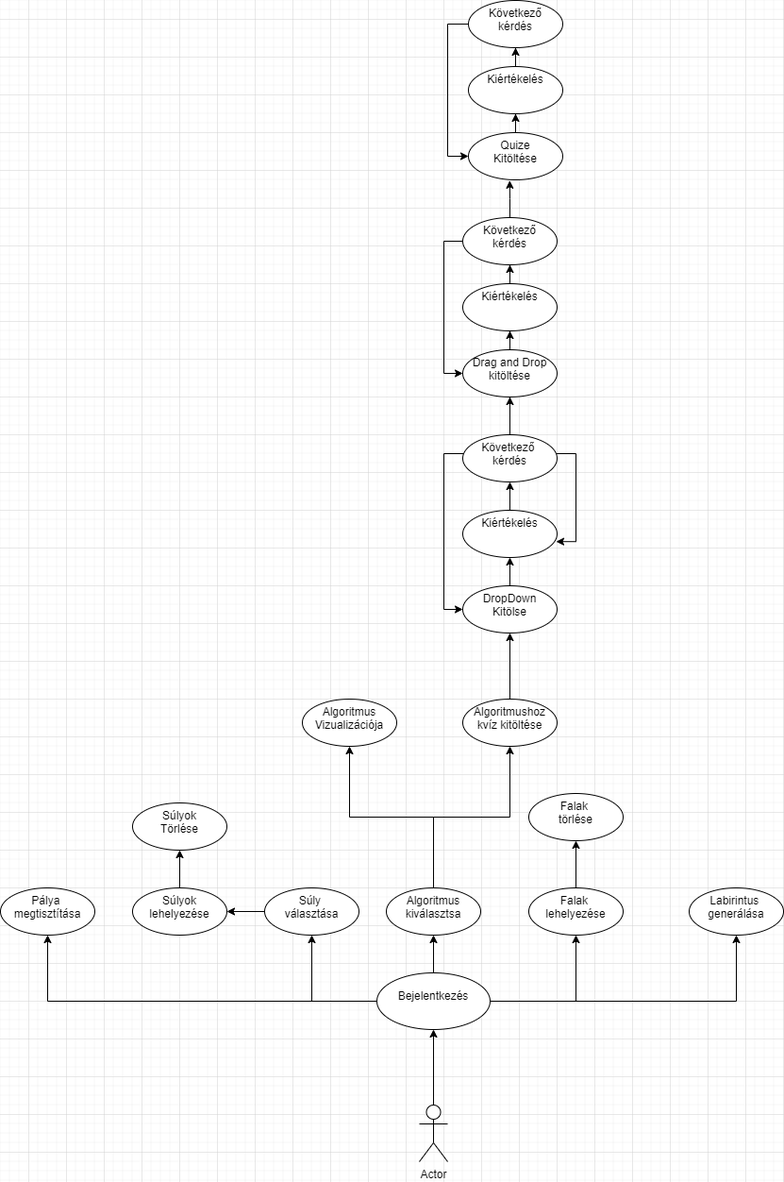
borsym/Pathfinding-visualization keeps this draw.io diagram as umls/felhasznaloi-eset.drawio.png. Above is the earlier version. Source tidied: cells renumbered, new cells last; positions are measured from the earlier drawing's top-left corner, leaving out a move shared by most shapes. Source of this version:
```xml
<mxGraphModel>
  <root>
    <mxCell id="0" />
    <mxCell id="1" parent="0" />
    <mxCell id="2" style="edgeStyle=orthogonalEdgeStyle;rounded=0;jettySize=auto;html=1;" parent="1" edge="1" source="3" target="9">
      <mxGeometry relative="1" as="geometry" />
    </mxCell>
    <mxCell id="3" value="Actor" style="shape=umlActor;verticalLabelPosition=bottom;verticalAlign=top;html=1;outlineConnect=0;" parent="1" vertex="1">
      <mxGeometry x="444" y="1170" width="30" height="60" as="geometry" />
    </mxCell>
    <mxCell id="4" style="edgeStyle=orthogonalEdgeStyle;rounded=0;jettySize=auto;html=1;" parent="1" edge="1" source="9" target="12">
      <mxGeometry relative="1" as="geometry" />
    </mxCell>
    <mxCell id="5" style="edgeStyle=orthogonalEdgeStyle;rounded=0;jettySize=auto;html=1;" parent="1" edge="1" source="9" target="13">
      <mxGeometry relative="1" as="geometry" />
    </mxCell>
    <mxCell id="6" style="edgeStyle=orthogonalEdgeStyle;rounded=0;jettySize=auto;html=1;" parent="1" edge="1" source="9" target="14">
      <mxGeometry relative="1" as="geometry" />
    </mxCell>
    <mxCell id="7" style="edgeStyle=orthogonalEdgeStyle;rounded=0;jettySize=auto;html=1;" parent="1" edge="1" source="9" target="16">
      <mxGeometry relative="1" as="geometry" />
    </mxCell>
    <mxCell id="8" style="edgeStyle=orthogonalEdgeStyle;rounded=0;jettySize=auto;html=1;" parent="1" edge="1" source="9" target="18">
      <mxGeometry relative="1" as="geometry" />
    </mxCell>
    <mxCell id="9" value="&lt;p style=&quot;line-height: 1&quot;&gt;Bejelentkezés&lt;/p&gt;" style="ellipse;whiteSpace=wrap;html=1;verticalAlign=top;" parent="1" vertex="1">
      <mxGeometry x="399" y="1030" width="120" height="60" as="geometry" />
    </mxCell>
    <mxCell id="10" style="edgeStyle=orthogonalEdgeStyle;rounded=0;jettySize=auto;html=1;" parent="1" edge="1" source="12" target="23">
      <mxGeometry relative="1" as="geometry" />
    </mxCell>
    <mxCell id="11" style="edgeStyle=orthogonalEdgeStyle;rounded=0;jettySize=auto;html=1;" parent="1" edge="1" source="12" target="25">
      <mxGeometry relative="1" as="geometry" />
    </mxCell>
    <mxCell id="12" value="Algoritmus kiválasztsa" style="ellipse;whiteSpace=wrap;html=1;verticalAlign=top;" parent="1" vertex="1">
      <mxGeometry x="409" y="940" width="100" height="50" as="geometry" />
    </mxCell>
    <mxCell id="13" value="Labirintus &lt;br&gt;generálása" style="ellipse;whiteSpace=wrap;html=1;verticalAlign=top;" parent="1" vertex="1">
      <mxGeometry x="730" y="940" width="100" height="50" as="geometry" />
    </mxCell>
    <mxCell id="14" value="Pálya &lt;br&gt;megtisztítása" style="ellipse;whiteSpace=wrap;html=1;verticalAlign=top;" parent="1" vertex="1">
      <mxGeometry y="940" width="100" height="50" as="geometry" />
    </mxCell>
    <mxCell id="15" style="edgeStyle=orthogonalEdgeStyle;rounded=0;jettySize=auto;html=1;" parent="1" edge="1" source="16" target="21">
      <mxGeometry relative="1" as="geometry" />
    </mxCell>
    <mxCell id="16" value="Falak &lt;br&gt;lehelyezése" style="ellipse;whiteSpace=wrap;html=1;verticalAlign=top;" parent="1" vertex="1">
      <mxGeometry x="560" y="940" width="100" height="50" as="geometry" />
    </mxCell>
    <mxCell id="17" style="edgeStyle=orthogonalEdgeStyle;rounded=0;jettySize=auto;html=1;" parent="1" edge="1" source="18" target="20">
      <mxGeometry relative="1" as="geometry" />
    </mxCell>
    <mxCell id="18" value="Súly &lt;br&gt;választása" style="ellipse;whiteSpace=wrap;html=1;verticalAlign=top;" parent="1" vertex="1">
      <mxGeometry x="280" y="940" width="100" height="50" as="geometry" />
    </mxCell>
    <mxCell id="19" style="edgeStyle=orthogonalEdgeStyle;rounded=0;jettySize=auto;html=1;" parent="1" edge="1" source="20" target="22">
      <mxGeometry relative="1" as="geometry" />
    </mxCell>
    <mxCell id="20" value="Súlyok&lt;br&gt;lehelyezése" style="ellipse;whiteSpace=wrap;html=1;verticalAlign=top;" parent="1" vertex="1">
      <mxGeometry x="140" y="940" width="100" height="50" as="geometry" />
    </mxCell>
    <mxCell id="21" value="Falak &lt;br&gt;törlése" style="ellipse;whiteSpace=wrap;html=1;verticalAlign=top;" parent="1" vertex="1">
      <mxGeometry x="560" y="840" width="100" height="50" as="geometry" />
    </mxCell>
    <mxCell id="22" value="Súlyok&lt;br&gt;Törlése" style="ellipse;whiteSpace=wrap;html=1;verticalAlign=top;" parent="1" vertex="1">
      <mxGeometry x="140" y="850" width="100" height="50" as="geometry" />
    </mxCell>
    <mxCell id="23" value="Algoritmus&lt;br&gt;Vizualizációja" style="ellipse;whiteSpace=wrap;html=1;verticalAlign=top;" parent="1" vertex="1">
      <mxGeometry x="320" y="740" width="100" height="50" as="geometry" />
    </mxCell>
    <mxCell id="24" style="edgeStyle=orthogonalEdgeStyle;rounded=0;jettySize=auto;html=1;" parent="1" edge="1" source="25" target="30">
      <mxGeometry relative="1" as="geometry" />
    </mxCell>
    <mxCell id="25" value="Algoritmushoz&lt;br&gt;kvíz kitöltése" style="ellipse;whiteSpace=wrap;html=1;verticalAlign=top;" parent="1" vertex="1">
      <mxGeometry x="490" y="740" width="100" height="50" as="geometry" />
    </mxCell>
    <mxCell id="26" style="edgeStyle=orthogonalEdgeStyle;rounded=0;jettySize=auto;html=1;entryX=0.99;entryY=0.664;entryDx=0;entryDy=0;entryPerimeter=0;" parent="1" edge="1" source="28" target="32">
      <mxGeometry relative="1" as="geometry" />
    </mxCell>
    <mxCell id="27" style="edgeStyle=orthogonalEdgeStyle;rounded=0;jettySize=auto;html=1;" parent="1" edge="1" source="28" target="37">
      <mxGeometry relative="1" as="geometry" />
    </mxCell>
    <mxCell id="28" value="Drag and Drop&lt;br&gt;kitöltése" style="ellipse;whiteSpace=wrap;html=1;verticalAlign=top;" parent="1" vertex="1">
      <mxGeometry x="490" y="370" width="100" height="50" as="geometry" />
    </mxCell>
    <mxCell id="29" style="edgeStyle=orthogonalEdgeStyle;rounded=0;jettySize=auto;html=1;" parent="1" edge="1" source="30" target="32">
      <mxGeometry relative="1" as="geometry" />
    </mxCell>
    <mxCell id="30" value="DropDown&lt;br&gt;Kitölse" style="ellipse;whiteSpace=wrap;html=1;verticalAlign=top;" parent="1" vertex="1">
      <mxGeometry x="490" y="620" width="100" height="50" as="geometry" />
    </mxCell>
    <mxCell id="31" style="edgeStyle=orthogonalEdgeStyle;rounded=0;jettySize=auto;html=1;" parent="1" edge="1" source="32" target="35">
      <mxGeometry relative="1" as="geometry" />
    </mxCell>
    <mxCell id="32" value="Kiértékelés" style="ellipse;whiteSpace=wrap;html=1;verticalAlign=top;" parent="1" vertex="1">
      <mxGeometry x="490" y="540" width="100" height="50" as="geometry" />
    </mxCell>
    <mxCell id="33" style="edgeStyle=orthogonalEdgeStyle;rounded=0;jettySize=auto;html=1;entryX=0;entryY=0.5;entryDx=0;entryDy=0;" parent="1" edge="1" source="35" target="30">
      <mxGeometry relative="1" as="geometry">
        <Array as="points">
          <mxPoint x="470" y="480" />
          <mxPoint x="470" y="645" />
        </Array>
      </mxGeometry>
    </mxCell>
    <mxCell id="34" style="edgeStyle=orthogonalEdgeStyle;rounded=0;jettySize=auto;html=1;" parent="1" edge="1" source="35" target="28">
      <mxGeometry relative="1" as="geometry" />
    </mxCell>
    <mxCell id="35" value="Következő &lt;br&gt;kérdés" style="ellipse;whiteSpace=wrap;html=1;verticalAlign=top;" parent="1" vertex="1">
      <mxGeometry x="490" y="460" width="100" height="50" as="geometry" />
    </mxCell>
    <mxCell id="36" style="edgeStyle=orthogonalEdgeStyle;rounded=0;jettySize=auto;html=1;" parent="1" edge="1" source="37" target="40">
      <mxGeometry relative="1" as="geometry" />
    </mxCell>
    <mxCell id="37" value="Kiértékelés" style="ellipse;whiteSpace=wrap;html=1;verticalAlign=top;" parent="1" vertex="1">
      <mxGeometry x="490" y="300" width="100" height="50" as="geometry" />
    </mxCell>
    <mxCell id="38" style="edgeStyle=orthogonalEdgeStyle;rounded=0;jettySize=auto;html=1;entryX=0;entryY=0.5;entryDx=0;entryDy=0;" parent="1" edge="1" source="40" target="28">
      <mxGeometry relative="1" as="geometry">
        <Array as="points">
          <mxPoint x="470" y="255" />
          <mxPoint x="470" y="395" />
        </Array>
      </mxGeometry>
    </mxCell>
    <mxCell id="39" style="edgeStyle=orthogonalEdgeStyle;rounded=0;jettySize=auto;html=1;entryX=0.438;entryY=1.016;entryDx=0;entryDy=0;entryPerimeter=0;" parent="1" edge="1" source="40" target="42">
      <mxGeometry relative="1" as="geometry" />
    </mxCell>
    <mxCell id="40" value="Következő&lt;br&gt;kérdés" style="ellipse;whiteSpace=wrap;html=1;verticalAlign=top;" parent="1" vertex="1">
      <mxGeometry x="490" y="230" width="100" height="50" as="geometry" />
    </mxCell>
    <mxCell id="41" style="edgeStyle=orthogonalEdgeStyle;rounded=0;jettySize=auto;html=1;" parent="1" edge="1" source="42" target="44">
      <mxGeometry relative="1" as="geometry" />
    </mxCell>
    <mxCell id="42" value="Quize&lt;br&gt;Kitöltése" style="ellipse;whiteSpace=wrap;html=1;verticalAlign=top;" parent="1" vertex="1">
      <mxGeometry x="496" y="140" width="100" height="50" as="geometry" />
    </mxCell>
    <mxCell id="43" style="edgeStyle=orthogonalEdgeStyle;rounded=0;jettySize=auto;html=1;" parent="1" edge="1" source="44" target="46">
      <mxGeometry relative="1" as="geometry" />
    </mxCell>
    <mxCell id="44" value="Kiértékelés" style="ellipse;whiteSpace=wrap;html=1;verticalAlign=top;" parent="1" vertex="1">
      <mxGeometry x="496" y="70" width="100" height="50" as="geometry" />
    </mxCell>
    <mxCell id="45" style="edgeStyle=orthogonalEdgeStyle;rounded=0;jettySize=auto;html=1;entryX=0;entryY=0.5;entryDx=0;entryDy=0;" parent="1" edge="1" source="46" target="42">
      <mxGeometry relative="1" as="geometry">
        <Array as="points">
          <mxPoint x="474" y="25" />
          <mxPoint x="474" y="165" />
        </Array>
      </mxGeometry>
    </mxCell>
    <mxCell id="46" value="Következő&lt;br&gt;kérdés" style="ellipse;whiteSpace=wrap;html=1;verticalAlign=top;" parent="1" vertex="1">
      <mxGeometry x="496" width="100" height="50" as="geometry" />
    </mxCell>
  </root>
</mxGraphModel>
```
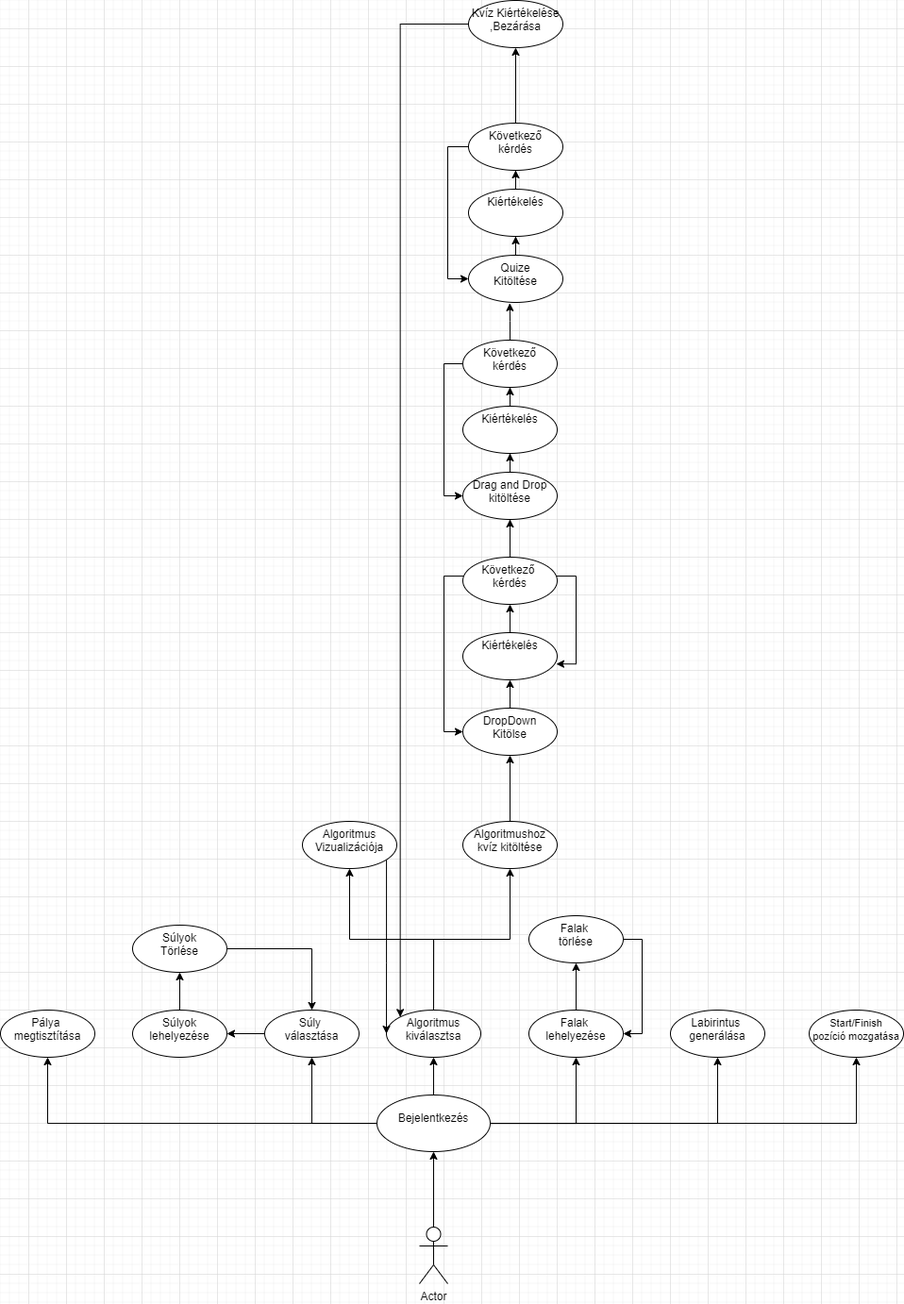
After the change.

What changed in the source:
```diff
@@ -23,6 +23,9 @@
     <mxCell id="8" style="edgeStyle=orthogonalEdgeStyle;rounded=0;jettySize=auto;html=1;" parent="1" edge="1" source="9" target="18">
       <mxGeometry relative="1" as="geometry" />
     </mxCell>
+    <mxCell id="47" style="edgeStyle=orthogonalEdgeStyle;rounded=0;jettySize=auto;html=1;" parent="1" edge="1" source="9" target="52">
+      <mxGeometry relative="1" as="geometry" />
+    </mxCell>
     <mxCell id="9" value="&lt;p style=&quot;line-height: 1&quot;&gt;Bejelentkezés&lt;/p&gt;" style="ellipse;whiteSpace=wrap;html=1;verticalAlign=top;" parent="1" vertex="1">
       <mxGeometry x="399" y="1030" width="120" height="60" as="geometry" />
     </mxCell>
@@ -36,7 +39,7 @@
       <mxGeometry x="409" y="940" width="100" height="50" as="geometry" />
     </mxCell>
     <mxCell id="13" value="Labirintus &lt;br&gt;generálása" style="ellipse;whiteSpace=wrap;html=1;verticalAlign=top;" parent="1" vertex="1">
-      <mxGeometry x="730" y="940" width="100" height="50" as="geometry" />
+      <mxGeometry x="710" y="940" width="100" height="50" as="geometry" />
     </mxCell>
     <mxCell id="14" value="Pálya &lt;br&gt;megtisztítása" style="ellipse;whiteSpace=wrap;html=1;verticalAlign=top;" parent="1" vertex="1">
       <mxGeometry y="940" width="100" height="50" as="geometry" />
@@ -59,12 +62,31 @@
     <mxCell id="20" value="Súlyok&lt;br&gt;lehelyezése" style="ellipse;whiteSpace=wrap;html=1;verticalAlign=top;" parent="1" vertex="1">
       <mxGeometry x="140" y="940" width="100" height="50" as="geometry" />
     </mxCell>
+    <mxCell id="48" style="edgeStyle=orthogonalEdgeStyle;rounded=0;jettySize=auto;html=1;entryX=1;entryY=0.5;entryDx=0;entryDy=0;" parent="1" edge="1" source="21" target="16">
+      <mxGeometry relative="1" as="geometry">
+        <Array as="points">
+          <mxPoint x="680" y="865" />
+          <mxPoint x="680" y="965" />
+        </Array>
+      </mxGeometry>
+    </mxCell>
     <mxCell id="21" value="Falak &lt;br&gt;törlése" style="ellipse;whiteSpace=wrap;html=1;verticalAlign=top;" parent="1" vertex="1">
       <mxGeometry x="560" y="840" width="100" height="50" as="geometry" />
     </mxCell>
+    <mxCell id="49" style="edgeStyle=orthogonalEdgeStyle;rounded=0;jettySize=auto;html=1;" parent="1" edge="1" source="22" target="18">
+      <mxGeometry relative="1" as="geometry" />
+    </mxCell>
     <mxCell id="22" value="Súlyok&lt;br&gt;Törlése" style="ellipse;whiteSpace=wrap;html=1;verticalAlign=top;" parent="1" vertex="1">
       <mxGeometry x="140" y="850" width="100" height="50" as="geometry" />
     </mxCell>
+    <mxCell id="50" style="edgeStyle=orthogonalEdgeStyle;rounded=0;jettySize=auto;html=1;entryX=0;entryY=0.5;entryDx=0;entryDy=0;" parent="1" edge="1" source="23" target="12">
+      <mxGeometry relative="1" as="geometry">
+        <Array as="points">
+          <mxPoint x="409" y="890" />
+          <mxPoint x="409" y="890" />
+        </Array>
+      </mxGeometry>
+    </mxCell>
     <mxCell id="23" value="Algoritmus&lt;br&gt;Vizualizációja" style="ellipse;whiteSpace=wrap;html=1;verticalAlign=top;" parent="1" vertex="1">
       <mxGeometry x="320" y="740" width="100" height="50" as="geometry" />
     </mxCell>
@@ -149,8 +171,24 @@
         </Array>
       </mxGeometry>
     </mxCell>
+    <mxCell id="51" style="edgeStyle=orthogonalEdgeStyle;rounded=0;jettySize=auto;html=1;" parent="1" edge="1" source="46" target="54">
+      <mxGeometry relative="1" as="geometry" />
+    </mxCell>
     <mxCell id="46" value="Következő&lt;br&gt;kérdés" style="ellipse;whiteSpace=wrap;html=1;verticalAlign=top;" parent="1" vertex="1">
       <mxGeometry x="496" width="100" height="50" as="geometry" />
     </mxCell>
+    <mxCell id="52" value="&lt;font style=&quot;font-size: 11px&quot;&gt;Start/Finish&lt;br&gt;pozíció mozgatása&lt;/font&gt;" style="ellipse;whiteSpace=wrap;html=1;verticalAlign=top;" parent="1" vertex="1">
+      <mxGeometry x="857" y="940" width="100" height="50" as="geometry" />
+    </mxCell>
+    <mxCell id="53" style="edgeStyle=orthogonalEdgeStyle;rounded=0;jettySize=auto;html=1;entryX=0;entryY=0;entryDx=0;entryDy=0;" parent="1" edge="1" source="54" target="12">
+      <mxGeometry relative="1" as="geometry">
+        <Array as="points">
+          <mxPoint x="424" y="-105" />
+        </Array>
+      </mxGeometry>
+    </mxCell>
+    <mxCell id="54" value="Kvíz Kiértékelése&lt;br&gt;,Bezárása" style="ellipse;whiteSpace=wrap;html=1;verticalAlign=top;" parent="1" vertex="1">
+      <mxGeometry x="496" y="-130" width="100" height="50" as="geometry" />
+    </mxCell>
   </root>
 </mxGraphModel>
```
